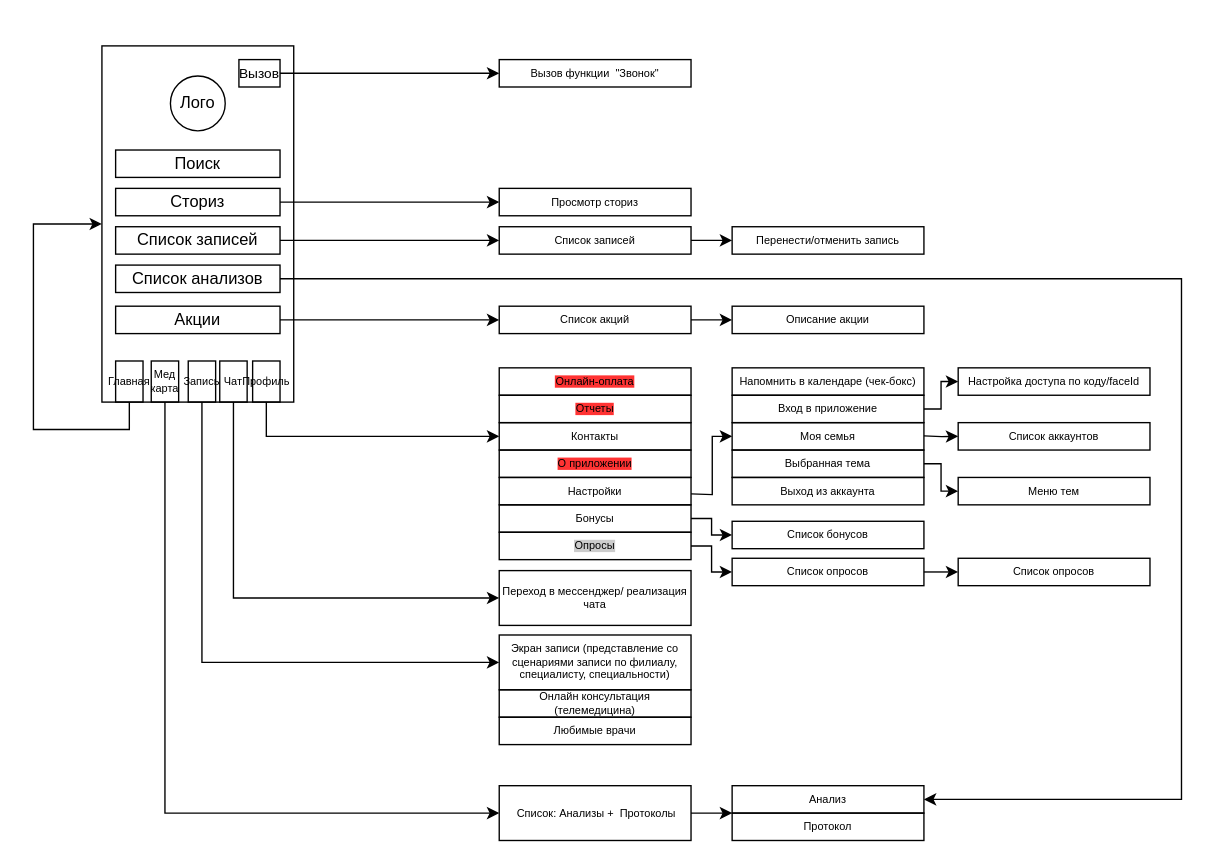
Maxim-lavrushin/First-Repo keeps this draw.io diagram as page "Ver1" (1 of 2) of User flow.drawio. Above is the earlier version. Source tidied: cells renumbered, new cells numbered last; positions are measured from the earlier drawing's top-left corner, leaving out a move shared by most shapes. Both pictures are drawn from the tidied source at 137%, with x=0, y=0 at pixel (33, 45).
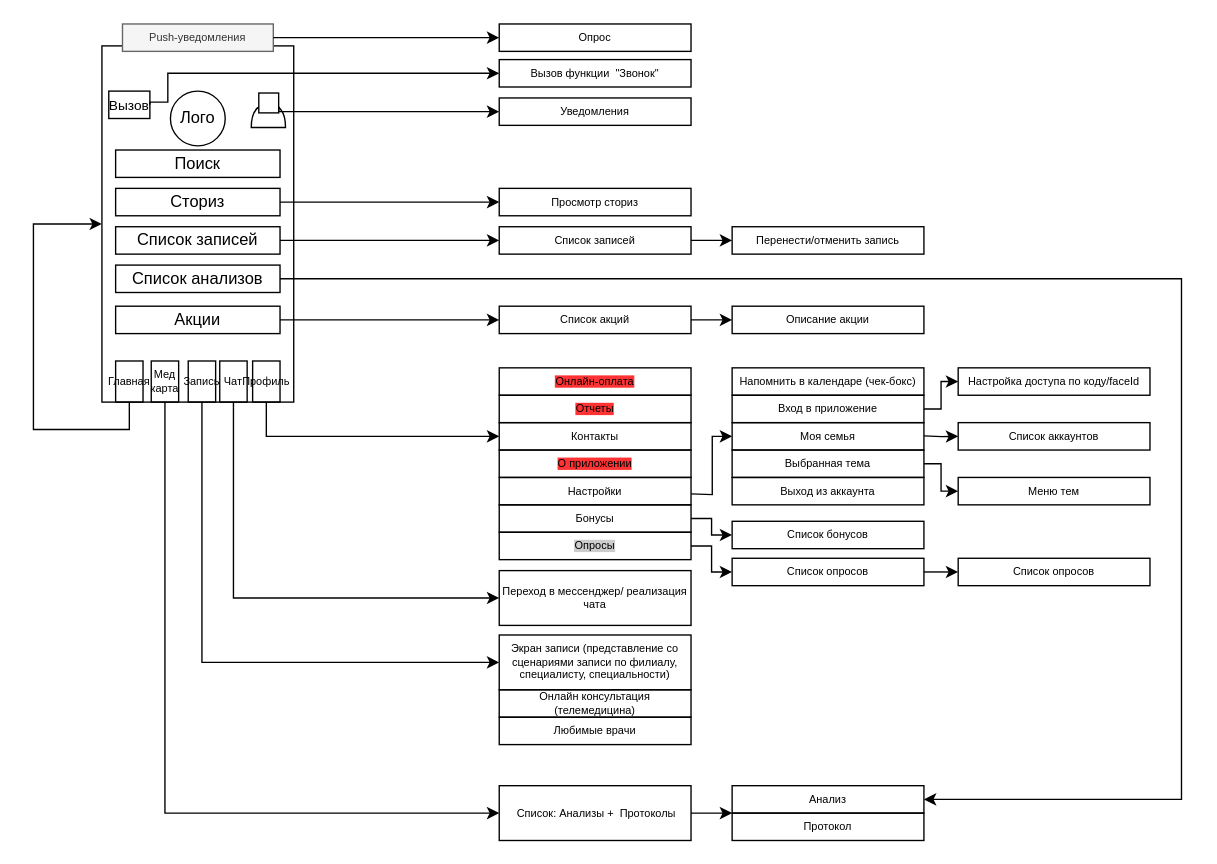
Above is the later version.

The change refers to these unchanged cells:
```xml
<mxCell id="34" value="Вызов функции &amp;nbsp;&quot;Звонок&quot;" style="whiteSpace=wrap;html=1;strokeColor=#000000;fontSize=8;fillColor=none;" parent="1" vertex="1">
  <mxGeometry x="339.9" y="10" width="140" height="20" as="geometry" />
</mxCell>
```

Change to the diagram source:
```diff
@@
     <mxCell id="5" value="Лого" style="ellipse;whiteSpace=wrap;html=1;fillColor=none;" parent="1" vertex="1">
-      <mxGeometry x="99.9" y="22" width="40" height="40" as="geometry" />
+      <mxGeometry x="99.9" y="33" width="40" height="40" as="geometry" />
     </mxCell>
     <mxCell id="6" value="Вызов" style="rounded=0;whiteSpace=wrap;html=1;fillColor=none;fontSize=10;" parent="1" vertex="1">
-      <mxGeometry x="149.9" y="10" width="30" height="20" as="geometry" />
+      <mxGeometry x="54.9" y="33" width="30" height="20" as="geometry" />
     </mxCell>
@@
     <mxCell id="35" style="endArrow=classic;html=1;rounded=0;fontSize=8;edgeStyle=orthogonalEdgeStyle;exitX=1;exitY=0.5;exitDx=0;exitDy=0;entryX=0;entryY=0.5;entryDx=0;entryDy=0;" parent="1" edge="1" source="6" target="34">
-      <mxGeometry relative="1" as="geometry" />
+      <mxGeometry relative="1" as="geometry">
+        <Array as="points">
+          <mxPoint x="85" y="41" />
+          <mxPoint x="98" y="41" />
+          <mxPoint x="98" y="20" />
+        </Array>
+      </mxGeometry>
     </mxCell>
@@
+    <mxCell id="66" style="shape=or;whiteSpace=wrap;html=1;rotation=-90;" parent="1" vertex="1">
+      <mxGeometry x="162.9" y="38.6" width="17" height="25" as="geometry" />
+    </mxCell>
+    <mxCell id="67" style="whiteSpace=wrap;html=1;" parent="1" vertex="1">
+      <mxGeometry x="164.4" y="34.4" width="14.5" height="14.5" as="geometry" />
+    </mxCell>
+    <mxCell id="68" value="Уведомления" style="whiteSpace=wrap;html=1;strokeColor=#000000;fontSize=8;fillColor=none;" parent="1" vertex="1">
+      <mxGeometry x="339.9" y="38" width="140" height="20" as="geometry" />
+    </mxCell>
+    <mxCell id="69" value="Push-уведомления" style="whiteSpace=wrap;html=1;strokeColor=#666666;fontSize=8;fillColor=#f5f5f5;fontColor=#333333;" parent="1" vertex="1">
+      <mxGeometry x="64.9" y="-16" width="110.1" height="20" as="geometry" />
+    </mxCell>
+    <mxCell id="70" style="endArrow=classic;html=1;rounded=0;fontSize=8;edgeStyle=orthogonalEdgeStyle;exitX=0.899;exitY=0.803;exitDx=0;exitDy=0;entryX=0;entryY=0.5;entryDx=0;entryDy=0;exitPerimeter=0;" parent="1" edge="1" source="66" target="68">
+      <mxGeometry relative="1" as="geometry">
+        <Array as="points">
+          <mxPoint x="179" y="48" />
+        </Array>
+      </mxGeometry>
+    </mxCell>
+    <mxCell id="71" value="Опрос" style="whiteSpace=wrap;html=1;strokeColor=#000000;fontSize=8;fillColor=none;" parent="1" vertex="1">
+      <mxGeometry x="339.9" y="-16" width="140" height="20" as="geometry" />
+    </mxCell>
+    <mxCell id="72" style="endArrow=classic;html=1;rounded=0;fontSize=8;edgeStyle=orthogonalEdgeStyle;exitX=1;exitY=0.5;exitDx=0;exitDy=0;entryX=0;entryY=0.5;entryDx=0;entryDy=0;" parent="1" edge="1" source="69" target="71">
+      <mxGeometry relative="1" as="geometry" />
+    </mxCell>
```
